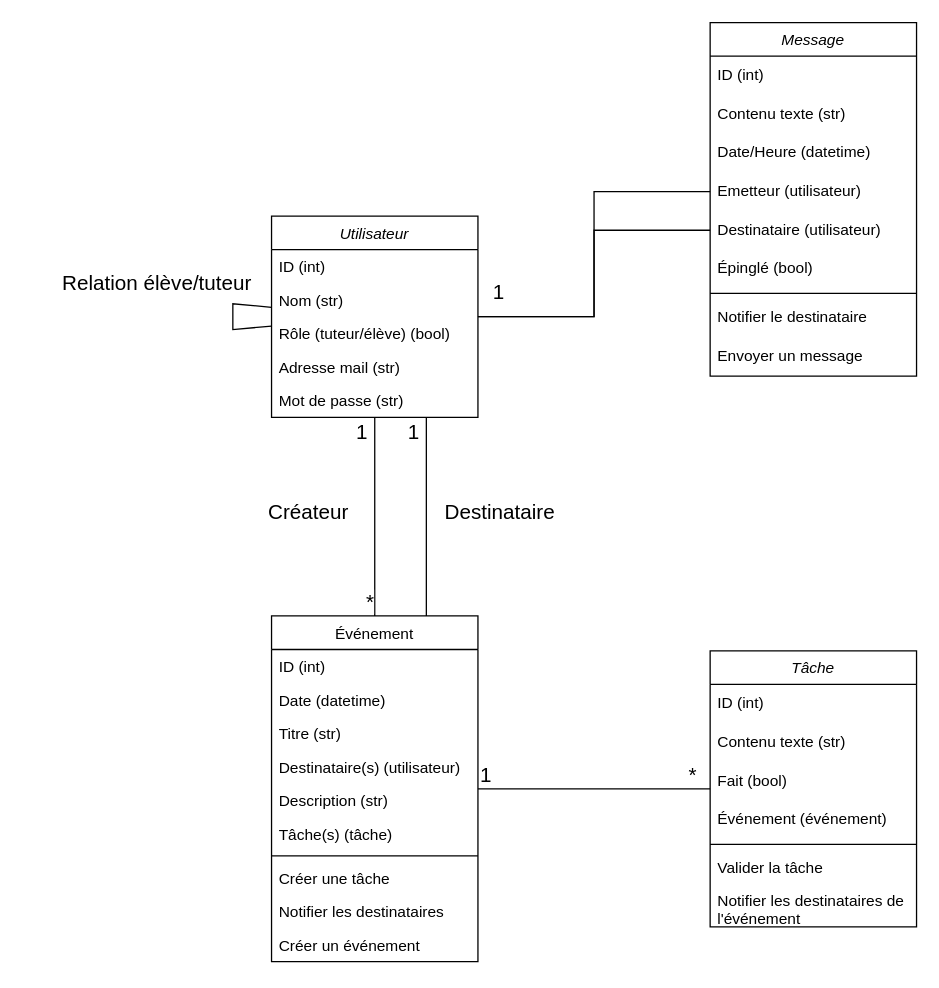
Above: OC3-UML-Homeskolar-class-diag.drawio in AlyxEugenot/OC-Courses (draw.io), before the change. Source tidied: cells renumbered, new cells numbered last; positions are measured from the earlier drawing's top-left corner, leaving out a move shared by most shapes. Both pictures are drawn from the tidied source at 129%, with x=0, y=0 at pixel (232, 22).
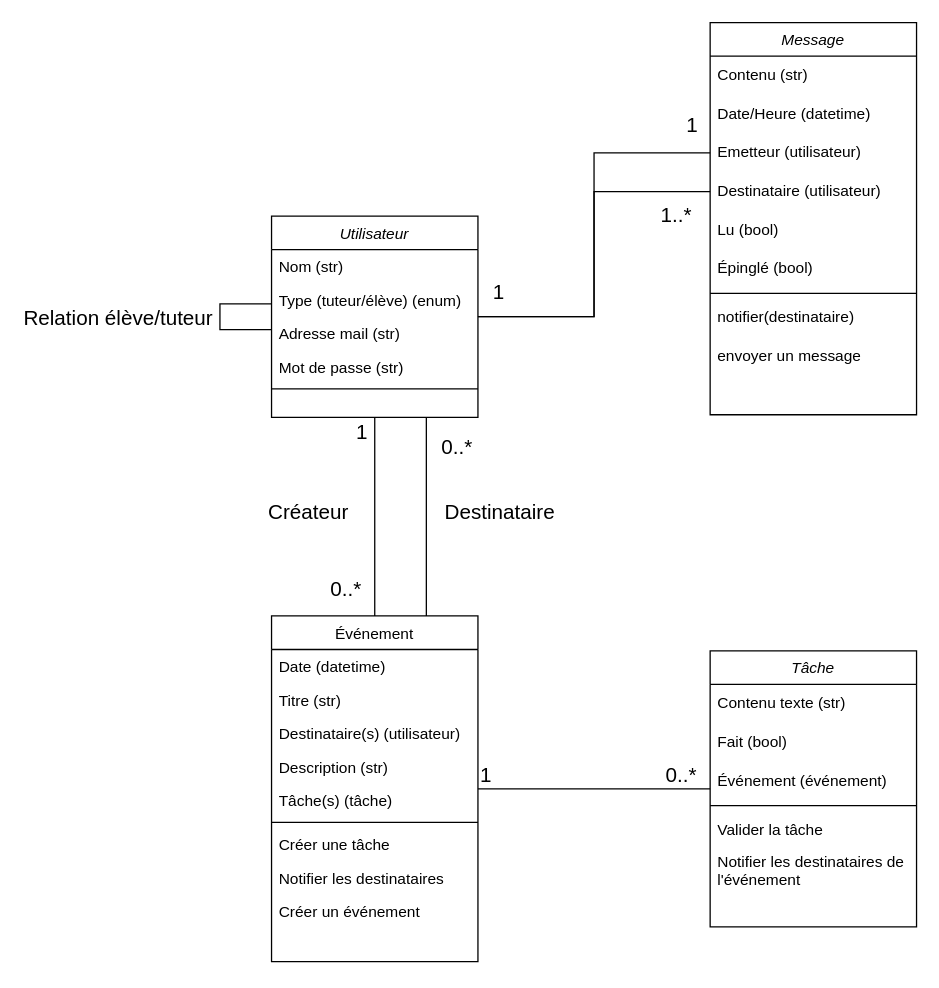
The same diagram, later.

Commit message:
Mettre à jour OC3-UML-Homeskolar-class-diag.drawio

The change refers to these unchanged cells:
```xml
<mxCell id="2" value="Utilisateur" style="swimlane;fontStyle=2;align=center;verticalAlign=top;horizontal=1;startSize=26;rounded=0;shadow=0;strokeWidth=1;" parent="1" vertex="1">
  <mxGeometry x="30" y="150" width="160" height="156" as="geometry" />
</mxCell>
<mxCell id="8" value="Événement" style="swimlane;fontStyle=0;align=center;verticalAlign=top;horizontal=1;startSize=26;rounded=0;shadow=0;strokeWidth=1;" parent="1" vertex="1">
  <mxGeometry x="30" y="460" width="160" height="268" as="geometry" />
</mxCell>
<mxCell id="29" value="Tâche" style="swimlane;fontStyle=2;align=center;verticalAlign=top;horizontal=1;startSize=26;rounded=0;shadow=0;strokeWidth=1;" parent="1" vertex="1">
  <mxGeometry x="370" y="487" width="160" height="214" as="geometry" />
</mxCell>
<mxCell id="37" style="endArrow=none;html=1;rounded=0;edgeStyle=elbowEdgeStyle;endFill=0;" parent="1" edge="1" source="8" target="29">
  <mxGeometry relative="1" as="geometry" />
</mxCell>
```

Change to the diagram source:
```diff
@@
-    <mxCell id="3" value="ID (int)" style="text;align=left;verticalAlign=top;spacingLeft=4;spacingRight=4;overflow=hidden;rounded=0;shadow=0;html=0;" parent="2" vertex="1">
-      <mxGeometry y="26" width="160" height="26" as="geometry" />
-    </mxCell>
     <mxCell id="4" value="Nom (str)" style="text;align=left;verticalAlign=top;spacingLeft=4;spacingRight=4;overflow=hidden;" parent="2" vertex="1">
-      <mxGeometry y="52" width="160" height="26" as="geometry" />
+      <mxGeometry y="26" width="160" height="26" as="geometry" />
     </mxCell>
-    <mxCell id="5" value="Rôle (tuteur/élève) (bool)" style="text;align=left;verticalAlign=top;spacingLeft=4;spacingRight=4;overflow=hidden;rounded=0;shadow=0;html=0;" parent="2" vertex="1">
-      <mxGeometry y="78" width="160" height="26" as="geometry" />
+    <mxCell id="5" value="Type (tuteur/élève) (enum)" style="text;align=left;verticalAlign=top;spacingLeft=4;spacingRight=4;overflow=hidden;rounded=0;shadow=0;html=0;" parent="2" vertex="1">
+      <mxGeometry y="52" width="160" height="26" as="geometry" />
     </mxCell>
     <mxCell id="6" value="Adresse mail (str)" style="text;align=left;verticalAlign=top;spacingLeft=4;spacingRight=4;overflow=hidden;rounded=0;shadow=0;html=0;" parent="2" vertex="1">
-      <mxGeometry y="104" width="160" height="26" as="geometry" />
+      <mxGeometry y="78" width="160" height="26" as="geometry" />
     </mxCell>
     <mxCell id="7" value="Mot de passe (str)" style="text;align=left;verticalAlign=top;spacingLeft=4;spacingRight=4;overflow=hidden;rounded=0;shadow=0;html=0;" parent="2" vertex="1">
-      <mxGeometry y="130" width="160" height="26" as="geometry" />
+      <mxGeometry y="104" width="160" height="26" as="geometry" />
     </mxCell>
+    <mxCell id="52" style="line;strokeWidth=1;fillColor=none;align=left;verticalAlign=middle;spacingTop=-1;spacingLeft=3;spacingRight=3;labelPosition=right;strokeColor=inherit;" parent="2" vertex="1">
+      <mxGeometry y="130" width="160" height="8" as="geometry" />
+    </mxCell>
@@
-    <mxCell id="9" value="ID (int)" style="text;align=left;verticalAlign=top;spacingLeft=4;spacingRight=4;overflow=hidden;" parent="8" vertex="1">
-      <mxGeometry y="26" width="160" height="26" as="geometry" />
-    </mxCell>
     <mxCell id="10" value="Date (datetime)" style="text;align=left;verticalAlign=top;spacingLeft=4;spacingRight=4;overflow=hidden;" parent="8" vertex="1">
-      <mxGeometry y="52" width="160" height="26" as="geometry" />
+      <mxGeometry y="26" width="160" height="26" as="geometry" />
     </mxCell>
     <mxCell id="11" value="Titre (str)" style="text;align=left;verticalAlign=top;spacingLeft=4;spacingRight=4;overflow=hidden;rounded=0;shadow=0;html=0;" parent="8" vertex="1">
-      <mxGeometry y="78" width="160" height="26" as="geometry" />
+      <mxGeometry y="52" width="160" height="26" as="geometry" />
     </mxCell>
     <mxCell id="12" value="Destinataire(s) (utilisateur)" style="text;align=left;verticalAlign=top;spacingLeft=4;spacingRight=4;overflow=hidden;rounded=0;shadow=0;html=0;" parent="8" vertex="1">
-      <mxGeometry y="104" width="160" height="26" as="geometry" />
+      <mxGeometry y="78" width="160" height="26" as="geometry" />
     </mxCell>
     <mxCell id="13" value="Description (str)" style="text;align=left;verticalAlign=top;spacingLeft=4;spacingRight=4;overflow=hidden;rounded=0;shadow=0;html=0;" parent="8" vertex="1">
-      <mxGeometry y="130" width="160" height="26" as="geometry" />
+      <mxGeometry y="104" width="160" height="26" as="geometry" />
     </mxCell>
     <mxCell id="14" value="Tâche(s) (tâche)" style="text;align=left;verticalAlign=top;spacingLeft=4;spacingRight=4;overflow=hidden;rounded=0;shadow=0;html=0;" parent="8" vertex="1">
-      <mxGeometry y="156" width="160" height="26" as="geometry" />
+      <mxGeometry y="130" width="160" height="26" as="geometry" />
     </mxCell>
     <mxCell id="15" style="line;strokeWidth=1;fillColor=none;align=left;verticalAlign=middle;spacingTop=-1;spacingLeft=3;spacingRight=3;labelPosition=right;strokeColor=inherit;" parent="8" vertex="1">
-      <mxGeometry y="182" width="160" height="8" as="geometry" />
+      <mxGeometry y="156" width="160" height="8" as="geometry" />
     </mxCell>
     <mxCell id="16" value="Créer une tâche" style="text;align=left;verticalAlign=top;spacingLeft=4;spacingRight=4;overflow=hidden;rounded=0;shadow=0;html=0;" parent="8" vertex="1">
-      <mxGeometry y="190" width="160" height="26" as="geometry" />
+      <mxGeometry y="164" width="160" height="26" as="geometry" />
     </mxCell>
     <mxCell id="17" value="Notifier les destinataires" style="text;align=left;verticalAlign=top;spacingLeft=4;spacingRight=4;overflow=hidden;rounded=0;shadow=0;html=0;" parent="8" vertex="1">
-      <mxGeometry y="216" width="160" height="26" as="geometry" />
+      <mxGeometry y="190" width="160" height="26" as="geometry" />
     </mxCell>
     <mxCell id="18" value="Créer un événement" style="text;align=left;verticalAlign=top;spacingLeft=4;spacingRight=4;overflow=hidden;rounded=0;shadow=0;html=0;" parent="8" vertex="1">
-      <mxGeometry y="242" width="160" height="26" as="geometry" />
+      <mxGeometry y="216" width="160" height="26" as="geometry" />
     </mxCell>
     <mxCell id="19" value="Message" style="swimlane;fontStyle=2;align=center;verticalAlign=top;horizontal=1;startSize=26;rounded=0;shadow=0;strokeWidth=1;" parent="1" vertex="1">
-      <mxGeometry x="370" width="160" height="274" as="geometry" />
+      <mxGeometry x="370" width="160" height="304" as="geometry" />
     </mxCell>
-    <mxCell id="20" value="&lt;div&gt;ID (int)&lt;br&gt;&lt;/div&gt;" style="text;strokeColor=none;fillColor=none;align=left;verticalAlign=middle;spacingLeft=4;spacingRight=4;overflow=hidden;whiteSpace=wrap;html=1;" parent="19" vertex="1">
-      <mxGeometry y="26" width="160" height="30" as="geometry" />
-    </mxCell>
-    <mxCell id="21" value="&lt;div&gt;Contenu texte (str)&lt;/div&gt;" style="text;strokeColor=none;fillColor=none;align=left;verticalAlign=middle;spacingLeft=4;spacingRight=4;overflow=hidden;whiteSpace=wrap;html=1;" parent="19" vertex="1">
-      <mxGeometry y="56" width="160" height="30" as="geometry" />
+    <mxCell id="21" value="&lt;div&gt;Contenu (str)&lt;/div&gt;" style="text;strokeColor=none;fillColor=none;align=left;verticalAlign=middle;spacingLeft=4;spacingRight=4;overflow=hidden;whiteSpace=wrap;html=1;" parent="19" vertex="1">
+      <mxGeometry y="26" width="160" height="30" as="geometry" />
     </mxCell>
     <mxCell id="22" value="Date/Heure (datetime)" style="text;strokeColor=none;fillColor=none;align=left;verticalAlign=middle;spacingLeft=4;spacingRight=4;overflow=hidden;whiteSpace=wrap;html=1;" parent="19" vertex="1">
-      <mxGeometry y="86" width="160" height="30" as="geometry" />
+      <mxGeometry y="56" width="160" height="30" as="geometry" />
     </mxCell>
     <mxCell id="23" value="Emetteur (utilisateur)" style="text;strokeColor=none;fillColor=none;align=left;verticalAlign=middle;spacingLeft=4;spacingRight=4;overflow=hidden;points=[[0,0.5],[1,0.5]];portConstraint=eastwest;whiteSpace=wrap;html=1;" parent="19" vertex="1">
-      <mxGeometry y="116" width="160" height="30" as="geometry" />
+      <mxGeometry y="86" width="160" height="30" as="geometry" />
     </mxCell>
     <mxCell id="24" value="Destinataire (utilisateur)" style="text;strokeColor=none;fillColor=none;align=left;verticalAlign=middle;spacingLeft=4;spacingRight=4;overflow=hidden;points=[[0,0.5],[1,0.5]];portConstraint=eastwest;whiteSpace=wrap;html=1;" parent="19" vertex="1">
-      <mxGeometry y="146" width="160" height="30" as="geometry" />
+      <mxGeometry y="116" width="160" height="30" as="geometry" />
     </mxCell>
+    <mxCell id="53" value="Lu (bool)" style="text;strokeColor=none;fillColor=none;align=left;verticalAlign=middle;spacingLeft=4;spacingRight=4;overflow=hidden;whiteSpace=wrap;html=1;" parent="19" vertex="1">
+      <mxGeometry y="146" width="160" height="30" as="geometry" />
+    </mxCell>
@@
-    <mxCell id="27" value="Notifier le destinataire" style="text;strokeColor=none;fillColor=none;align=left;verticalAlign=middle;spacingLeft=4;spacingRight=4;overflow=hidden;whiteSpace=wrap;html=1;" parent="19" vertex="1">
+    <mxCell id="27" value="notifier(destinataire)" style="text;strokeColor=none;fillColor=none;align=left;verticalAlign=middle;spacingLeft=4;spacingRight=4;overflow=hidden;whiteSpace=wrap;html=1;" parent="19" vertex="1">
       <mxGeometry y="214" width="160" height="30" as="geometry" />
     </mxCell>
-    <mxCell id="28" value="Envoyer un message" style="text;strokeColor=none;fillColor=none;align=left;verticalAlign=middle;spacingLeft=4;spacingRight=4;overflow=hidden;whiteSpace=wrap;html=1;" parent="19" vertex="1">
+    <mxCell id="28" value="envoyer un message" style="text;strokeColor=none;fillColor=none;align=left;verticalAlign=middle;spacingLeft=4;spacingRight=4;overflow=hidden;whiteSpace=wrap;html=1;" parent="19" vertex="1">
       <mxGeometry y="244" width="160" height="30" as="geometry" />
     </mxCell>
@@
-    <mxCell id="30" value="ID (int)" style="text;strokeColor=none;fillColor=none;align=left;verticalAlign=middle;spacingLeft=4;spacingRight=4;overflow=hidden;whiteSpace=wrap;html=1;" parent="29" vertex="1">
-      <mxGeometry y="26" width="160" height="30" as="geometry" />
-    </mxCell>
     <mxCell id="31" value="&lt;div&gt;Contenu texte (str)&lt;/div&gt;" style="text;strokeColor=none;fillColor=none;align=left;verticalAlign=middle;spacingLeft=4;spacingRight=4;overflow=hidden;whiteSpace=wrap;html=1;" parent="29" vertex="1">
-      <mxGeometry y="56" width="160" height="30" as="geometry" />
+      <mxGeometry y="26" width="160" height="30" as="geometry" />
     </mxCell>
     <mxCell id="32" value="Fait (bool)" style="text;strokeColor=none;fillColor=none;align=left;verticalAlign=middle;spacingLeft=4;spacingRight=4;overflow=hidden;whiteSpace=wrap;html=1;" parent="29" vertex="1">
-      <mxGeometry y="86" width="160" height="30" as="geometry" />
+      <mxGeometry y="56" width="160" height="30" as="geometry" />
     </mxCell>
     <mxCell id="33" value="&lt;div&gt;Événement (événement)&lt;/div&gt;" style="text;strokeColor=none;fillColor=none;align=left;verticalAlign=middle;spacingLeft=4;spacingRight=4;overflow=hidden;whiteSpace=wrap;html=1;" parent="29" vertex="1">
-      <mxGeometry y="116" width="160" height="30" as="geometry" />
+      <mxGeometry y="86" width="160" height="30" as="geometry" />
     </mxCell>
     <mxCell id="34" style="line;strokeWidth=1;fillColor=none;align=left;verticalAlign=middle;spacingTop=-1;spacingLeft=3;spacingRight=3;labelPosition=right;strokeColor=inherit;" parent="29" vertex="1">
-      <mxGeometry y="146" width="160" height="8" as="geometry" />
+      <mxGeometry y="116" width="160" height="8" as="geometry" />
     </mxCell>
     <mxCell id="35" value="Valider la tâche" style="text;strokeColor=none;fillColor=none;align=left;verticalAlign=middle;spacingLeft=4;spacingRight=4;overflow=hidden;whiteSpace=wrap;html=1;" parent="29" vertex="1">
-      <mxGeometry y="154" width="160" height="30" as="geometry" />
+      <mxGeometry y="124" width="160" height="30" as="geometry" />
     </mxCell>
     <mxCell id="36" value="Notifier les destinataires de l'événement" style="text;strokeColor=none;fillColor=none;align=left;verticalAlign=middle;spacingLeft=4;spacingRight=4;overflow=hidden;whiteSpace=wrap;html=1;" parent="29" vertex="1">
-      <mxGeometry y="184" width="160" height="30" as="geometry" />
+      <mxGeometry y="154" width="160" height="30" as="geometry" />
     </mxCell>
@@
-    <mxCell id="39" value="*" style="edgeLabel;html=1;align=right;verticalAlign=bottom;fontSize=16;" parent="37" vertex="1">
+    <mxCell id="39" value="0..*" style="edgeLabel;html=1;align=right;verticalAlign=bottom;fontSize=16;" parent="37" vertex="1">
       <mxGeometry x="1" relative="1" as="geometry">
         <mxPoint x="-10" as="offset" />
       </mxGeometry>
     </mxCell>
-    <mxCell id="40" style="endArrow=none;html=1;rounded=0;endFill=0;" parent="1" edge="1" source="2" target="2">
+    <mxCell id="40" style="endArrow=none;html=1;rounded=0;endFill=0;edgeStyle=orthogonalEdgeStyle;" parent="1" edge="1" source="2" target="2">
       <mxGeometry relative="1" as="geometry">
         <Array as="points">
-          <mxPoint y="230" />
+          <mxPoint x="-10" y="228" />
         </Array>
       </mxGeometry>
     </mxCell>
     <mxCell id="41" value="Relation élève/tuteur" style="edgeLabel;html=1;align=center;verticalAlign=middle;fontSize=16;" parent="40" vertex="1">
       <mxGeometry relative="1" as="geometry">
-        <mxPoint x="-60" y="-26" as="offset" />
+        <mxPoint x="-80" as="offset" />
       </mxGeometry>
     </mxCell>
-    <mxCell id="42" style="endArrow=none;html=1;rounded=0;endFill=0;" parent="1" edge="1" source="2" target="8">
+    <mxCell id="42" style="endArrow=none;html=1;rounded=0;endFill=0;edgeStyle=orthogonalEdgeStyle;" parent="1" edge="1" source="2" target="8">
       <mxGeometry relative="1" as="geometry" />
     </mxCell>
@@
-    <mxCell id="44" value="*" style="edgeLabel;html=1;align=right;verticalAlign=bottom;fontSize=16;" parent="42" vertex="1">
-      <mxGeometry x="1" relative="1" as="geometry" />
+    <mxCell id="44" value="&lt;div&gt;0..*&lt;/div&gt;" style="edgeLabel;html=1;align=right;verticalAlign=bottom;fontSize=16;" parent="42" vertex="1">
+      <mxGeometry x="1" relative="1" as="geometry">
+        <mxPoint x="-10" y="-10" as="offset" />
+      </mxGeometry>
     </mxCell>
@@
-    <mxCell id="49" style="endArrow=none;html=1;rounded=0;endFill=0;entryX=0.75;entryY=0;entryDx=0;entryDy=0;exitX=0.75;exitY=1;exitDx=0;exitDy=0;" parent="1" edge="1" source="2" target="8">
+    <mxCell id="49" style="endArrow=none;html=1;rounded=0;endFill=0;entryX=0.75;entryY=0;entryDx=0;entryDy=0;exitX=0.75;exitY=1;exitDx=0;exitDy=0;edgeStyle=orthogonalEdgeStyle;" parent="1" edge="1" source="2" target="8">
       <mxGeometry relative="1" as="geometry" />
     </mxCell>
-    <mxCell id="50" value="1" style="edgeLabel;html=1;align=left;verticalAlign=bottom;fontSize=16;" parent="49" vertex="1">
+    <mxCell id="50" value="&lt;div&gt;0..*&lt;/div&gt;" style="edgeLabel;html=1;align=left;verticalAlign=bottom;fontSize=16;" parent="49" vertex="1">
       <mxGeometry x="-1" relative="1" as="geometry">
-        <mxPoint x="-16" y="22" as="offset" />
+        <mxPoint x="10" y="34" as="offset" />
       </mxGeometry>
     </mxCell>
@@
+    <mxCell id="54" value="1" style="edgeLabel;html=1;align=left;verticalAlign=bottom;fontSize=16;" parent="1" vertex="1">
+      <mxGeometry x="350" y="90" as="geometry" />
+    </mxCell>
+    <mxCell id="55" value="1..*" style="edgeLabel;html=1;align=left;verticalAlign=bottom;fontSize=16;" parent="1" vertex="1">
+      <mxGeometry x="330" y="160" as="geometry" />
+    </mxCell>
```
